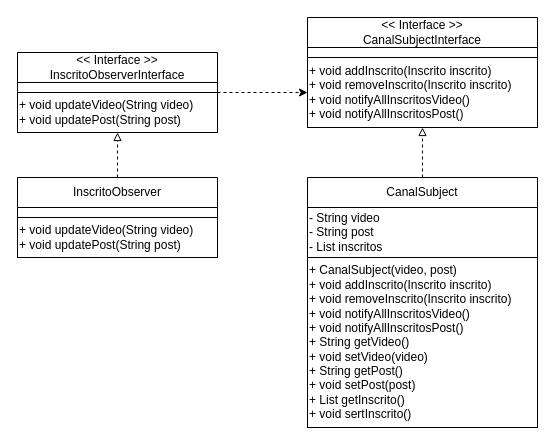
The draw.io diagram padroesProjetosSistemas/observer/Observer.drawio in AugustoTSantos/Bertoti, before the edit. Source tidied: cells renumbered, new cells numbered last; positions are measured from the earlier drawing's top-left corner, leaving out a move shared by most shapes. Both pictures are drawn from the tidied source at 100%, with x=0, y=0 at pixel (17, 17).
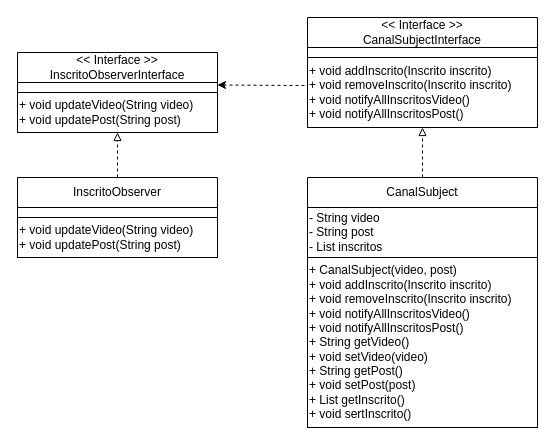
After the change.

Commit message (it also covers changes not shown here):
corrigido diagrama observer

The edit, as a diff of the source:
```diff
@@
 <mxGraphModel>
   <root>
     <mxCell id="0" />
     <mxCell id="1" parent="0" />
-    <mxCell id="2" style="edgeStyle=none;html=1;dashed=1;endArrow=classic;endFill=1;" parent="1" edge="1" source="3" target="12">
+    <mxCell id="2" style="edgeStyle=none;html=1;dashed=1;endArrow=classic;endFill=1;entryX=1;entryY=0.25;entryDx=0;entryDy=0;exitX=-0.013;exitY=0.4;exitDx=0;exitDy=0;exitPerimeter=0;" parent="1" edge="1" source="12" target="4">
       <mxGeometry relative="1" as="geometry" />
     </mxCell>
     <mxCell id="3" value="&amp;lt;&amp;lt; Interface &amp;gt;&amp;gt;&lt;br&gt;InscritoObserverInterface" style="swimlane;fontStyle=0;horizontal=1;startSize=30;whiteSpace=wrap;html=1;glass=0;" parent="1" vertex="1">
       <mxGeometry y="35" width="200" height="80" as="geometry" />
     </mxCell>
     <mxCell id="4" style="text;html=1;strokeColor=default;fillColor=none;align=center;verticalAlign=middle;whiteSpace=wrap;rounded=0;glass=0;" parent="3" vertex="1">
       <mxGeometry y="30" width="200" height="10" as="geometry" />
     </mxCell>
     <mxCell id="5" value="&lt;div style=&quot;&quot;&gt;&lt;span style=&quot;background-color: initial;&quot;&gt;+ void updateVideo(String video)&lt;/span&gt;&lt;/div&gt;&lt;div style=&quot;&quot;&gt;&lt;span style=&quot;background-color: initial;&quot;&gt;+ void updatePost(String post)&lt;/span&gt;&lt;/div&gt;" style="text;html=1;align=left;verticalAlign=middle;points=[];strokeColor=default;fillColor=none;" parent="3" vertex="1">
       <mxGeometry y="40" width="200" height="40" as="geometry" />
     </mxCell>
     <mxCell id="6" style="edgeStyle=none;html=1;dashed=1;endArrow=block;endFill=0;" parent="1" edge="1" source="7" target="5">
       <mxGeometry relative="1" as="geometry" />
     </mxCell>
     <mxCell id="7" value="InscritoObserver" style="swimlane;fontStyle=0;horizontal=1;startSize=30;whiteSpace=wrap;html=1;glass=0;" parent="1" vertex="1">
       <mxGeometry y="160" width="200" height="80" as="geometry" />
     </mxCell>
     <mxCell id="8" style="text;html=1;strokeColor=default;fillColor=none;align=center;verticalAlign=middle;whiteSpace=wrap;rounded=0;glass=0;" parent="7" vertex="1">
       <mxGeometry y="30" width="200" height="10" as="geometry" />
     </mxCell>
     <mxCell id="9" value="&lt;div style=&quot;&quot;&gt;&lt;span style=&quot;background-color: initial;&quot;&gt;+ void updateVideo(String video)&lt;/span&gt;&lt;/div&gt;&lt;div style=&quot;&quot;&gt;&lt;span style=&quot;background-color: initial;&quot;&gt;+ void updatePost(String post)&lt;/span&gt;&lt;/div&gt;" style="text;html=1;align=left;verticalAlign=middle;strokeColor=default;fillColor=none;" parent="7" vertex="1">
       <mxGeometry y="40" width="200" height="40" as="geometry" />
     </mxCell>
     <mxCell id="10" value="&amp;lt;&amp;lt; Interface &amp;gt;&amp;gt;&lt;br&gt;CanalSubjectInterface" style="swimlane;fontStyle=0;horizontal=1;startSize=30;whiteSpace=wrap;html=1;glass=0;" parent="1" vertex="1">
       <mxGeometry x="290" width="230" height="110" as="geometry" />
     </mxCell>
     <mxCell id="11" style="text;html=1;strokeColor=default;fillColor=none;align=center;verticalAlign=middle;whiteSpace=wrap;rounded=0;glass=0;" parent="10" vertex="1">
       <mxGeometry y="30" width="230" height="10" as="geometry" />
     </mxCell>
     <mxCell id="12" value="&lt;div style=&quot;&quot;&gt;+ void addInscrito(Inscrito inscrito)&lt;/div&gt;&lt;div style=&quot;&quot;&gt;+ void removeInscrito(Inscrito inscrito)&lt;/div&gt;&lt;div style=&quot;&quot;&gt;+ void notifyAllInscritosVideo()&lt;/div&gt;&lt;div style=&quot;&quot;&gt;+ void notifyAllInscritosPost()&lt;/div&gt;" style="text;html=1;align=left;verticalAlign=middle;points=[];strokeColor=default;fillColor=none;" parent="10" vertex="1">
       <mxGeometry y="40" width="230" height="70" as="geometry" />
     </mxCell>
     <mxCell id="13" style="edgeStyle=none;html=1;dashed=1;endArrow=block;endFill=0;" parent="1" edge="1" source="14" target="12">
       <mxGeometry relative="1" as="geometry" />
     </mxCell>
     <mxCell id="14" value="CanalSubject" style="swimlane;fontStyle=0;horizontal=1;startSize=30;whiteSpace=wrap;html=1;glass=0;" parent="1" vertex="1">
       <mxGeometry x="290" y="160" width="230" height="250" as="geometry" />
     </mxCell>
     <mxCell id="15" value="- String video&lt;br&gt;- String post&lt;br&gt;- List inscritos" style="text;html=1;strokeColor=default;fillColor=none;align=left;verticalAlign=middle;whiteSpace=wrap;rounded=0;glass=0;" parent="14" vertex="1">
       <mxGeometry y="30" width="230" height="50" as="geometry" />
     </mxCell>
     <mxCell id="16" value="&lt;div style=&quot;&quot;&gt;&lt;span style=&quot;background-color: initial;&quot;&gt;+ CanalSubject(video, post)&lt;/span&gt;&lt;/div&gt;&lt;div style=&quot;&quot;&gt;&lt;span style=&quot;background-color: initial;&quot;&gt;+ void addInscrito(Inscrito inscrito)&lt;/span&gt;&lt;/div&gt;&lt;div style=&quot;&quot;&gt;+ void removeInscrito(Inscrito inscrito)&lt;/div&gt;&lt;div style=&quot;&quot;&gt;+ void notifyAllInscritosVideo()&lt;/div&gt;&lt;div style=&quot;&quot;&gt;+ void notifyAllInscritosPost()&lt;/div&gt;&lt;div style=&quot;&quot;&gt;+ String getVideo()&lt;/div&gt;&lt;div style=&quot;&quot;&gt;+ void setVideo(video)&lt;/div&gt;&lt;div style=&quot;&quot;&gt;+ String getPost()&lt;/div&gt;&lt;div style=&quot;&quot;&gt;+ void setPost(post)&lt;/div&gt;&lt;div style=&quot;&quot;&gt;+ List getInscrito()&lt;/div&gt;&lt;div style=&quot;&quot;&gt;+ void sertInscrito()&lt;/div&gt;" style="text;html=1;align=left;verticalAlign=middle;strokeColor=default;fillColor=none;" parent="14" vertex="1">
       <mxGeometry y="80" width="230" height="170" as="geometry" />
     </mxCell>
   </root>
 </mxGraphModel>
```
